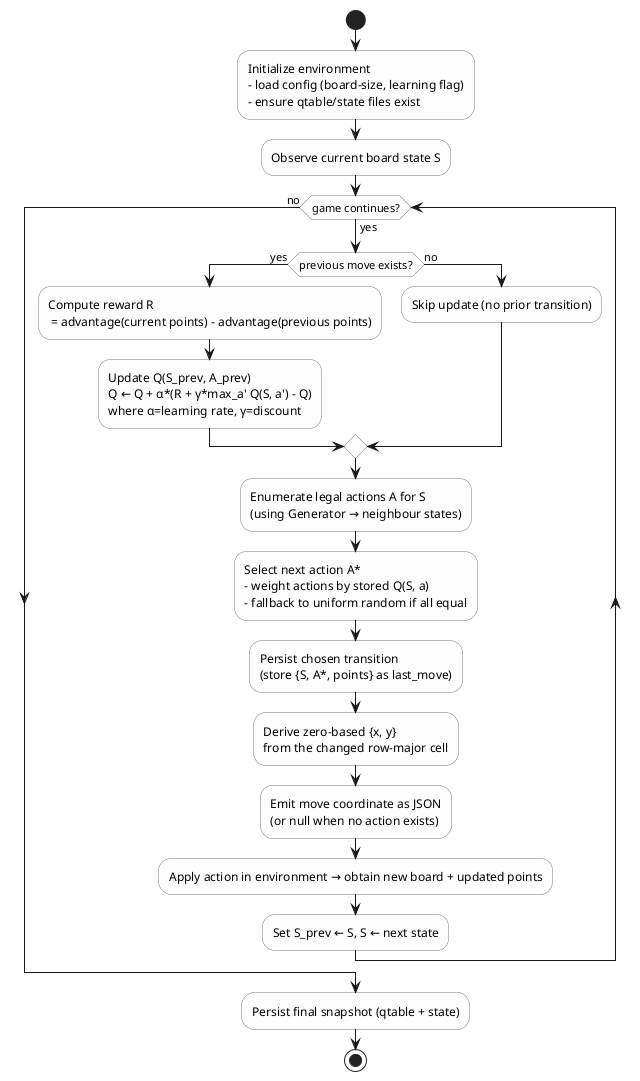
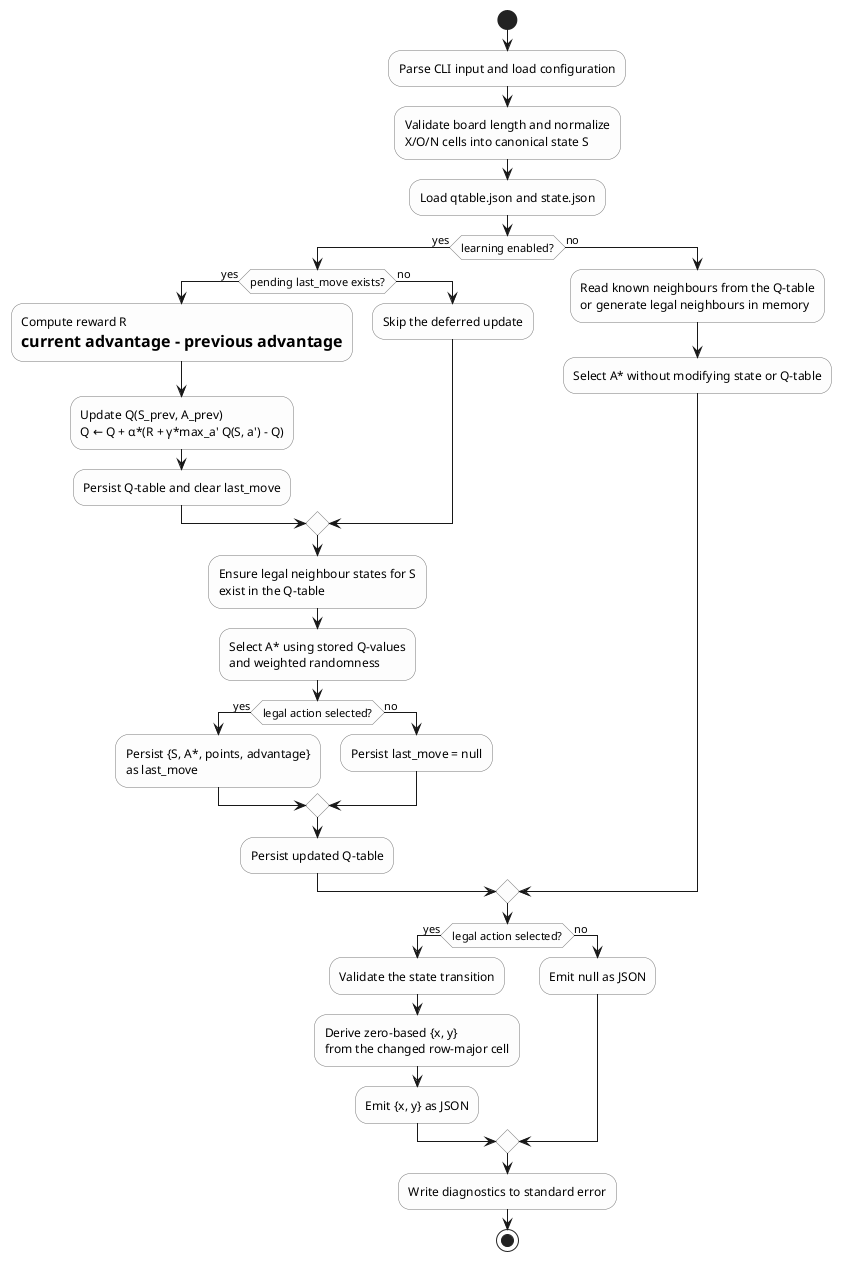
@startuml
- ' High-level Q-learning loop (as implemented by Process + DefaultPredictor)
+ ' One games-theory CLI invocation

skinparam activity {
    BackgroundColor #fdfdfd
    BorderColor #777777
}

start
- :Initialize environment\n- load config (board-size, learning flag)\n- ensure qtable/state files exist;
- :Observe current board state S;
+ :Parse CLI input and load configuration;
+ :Validate board length and normalize\nX/O/N cells into canonical state S;
+ :Load qtable.json and state.json;

- while (game continues?) is (yes)
-     if (previous move exists?) then (yes)
-     :Compute reward R\n = advantage(current points) - advantage(previous points);
-     :Update Q(S_prev, A_prev)\nQ ← Q + α*(R + γ*max_a' Q(S, a') - Q)\nwhere α=learning rate, γ=discount;
+ if (learning enabled?) then (yes)
+     if (pending last_move exists?) then (yes)
+         :Compute reward R\n= current advantage - previous advantage;
+         :Update Q(S_prev, A_prev)\nQ ← Q + α*(R + γ*max_a' Q(S, a') - Q);
+         :Persist Q-table and clear last_move;
    else (no)
-         :Skip update (no prior transition);
+         :Skip the deferred update;
    endif

-     :Enumerate legal actions A for S\n(using Generator → neighbour states);
-     :Select next action A*\n- weight actions by stored Q(S, a)\n- fallback to uniform random if all equal;
-     :Persist chosen transition\n(store {S, A*, points} as last_move);
+     :Ensure legal neighbour states for S\nexist in the Q-table;
+     :Select A* using stored Q-values\nand weighted randomness;
+ 
+     if (legal action selected?) then (yes)
+         :Persist {S, A*, points, advantage}\nas last_move;
+     else (no)
+         :Persist last_move = null;
+     endif
+     :Persist updated Q-table;
+ else (no)
+     :Read known neighbours from the Q-table\nor generate legal neighbours in memory;
+     :Select A* without modifying state or Q-table;
+ endif
+ 
+ if (legal action selected?) then (yes)
+     :Validate the state transition;
    :Derive zero-based {x, y}\nfrom the changed row-major cell;
-     :Emit move coordinate as JSON\n(or null when no action exists);
-     :Apply action in environment → obtain new board + updated points;
-     :Set S_prev ← S, S ← next state;
- endwhile (no)
+     :Emit {x, y} as JSON;
+ else (no)
+     :Emit null as JSON;
+ endif

- :Persist final snapshot (qtable + state);
+ :Write diagnostics to standard error;
stop

@enduml
